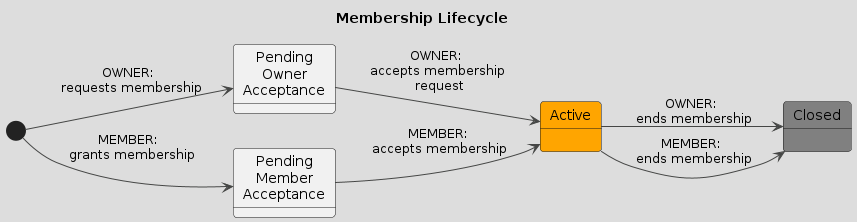
Earlier version of the PlantUML export out/puml/StateDiagram-Membership/MembershipLifecycle.png (en7angled/Decentralized-Belt-System). Its diagram source:
```plantuml
@startuml MembershipLifecycle
title Membership Lifecycle
!theme toy

left to right direction

state Closed #gray
state PendingOwner as "Pending\nOwner\nAcceptance"
state PendingMember as "Pending\nMember\nAcceptance"
state Active #orange


[*] --> PendingOwner : OWNER: \n requests membership
[*] --> PendingMember : MEMBER: \n grants membership
PendingOwner --> Active  : OWNER: \n accepts membership \n request
PendingMember --> Active  : MEMBER:\n accepts membership
Active --> Closed : OWNER: \n ends membership
Active --> Closed :  MEMBER: \n ends membership

@enduml
```
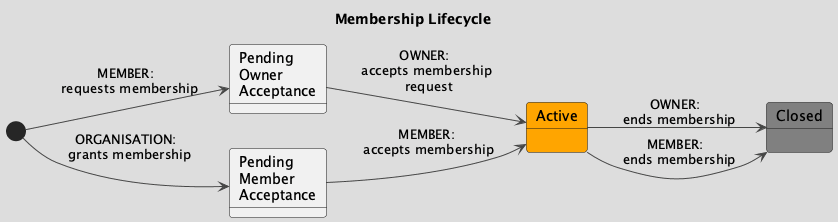
The same file after the commit.

Diff of the diagram source:
```diff
@@ -10,8 +10,8 @@
 state Active #orange
 
 
-[*] --> PendingOwner : OWNER: \n requests membership
-[*] --> PendingMember : MEMBER: \n grants membership
+[*] --> PendingOwner : MEMBER: \n requests membership
+[*] --> PendingMember : ORGANISATION: \n grants membership
 PendingOwner --> Active  : OWNER: \n accepts membership \n request
 PendingMember --> Active  : MEMBER:\n accepts membership
 Active --> Closed : OWNER: \n ends membership
```
